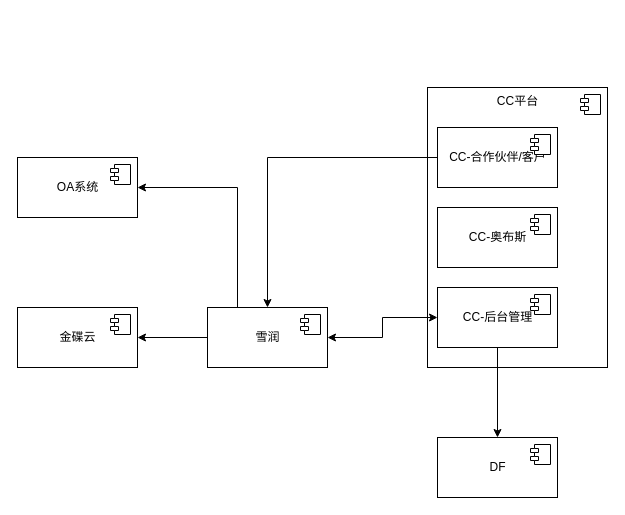
easefulfil/CLOUDCARE keeps this draw.io diagram as page "系统关系图" (1 of 2) of shrine-doc/驻云业务支撑系统关系图.drawio. Above is the earlier version. Source tidied: cells renumbered, new cells numbered last; positions are measured from the earlier drawing's top-left corner, leaving out a move shared by most shapes. Both pictures are drawn from the tidied source at 100%, with x=0, y=0 at pixel (17, 87).
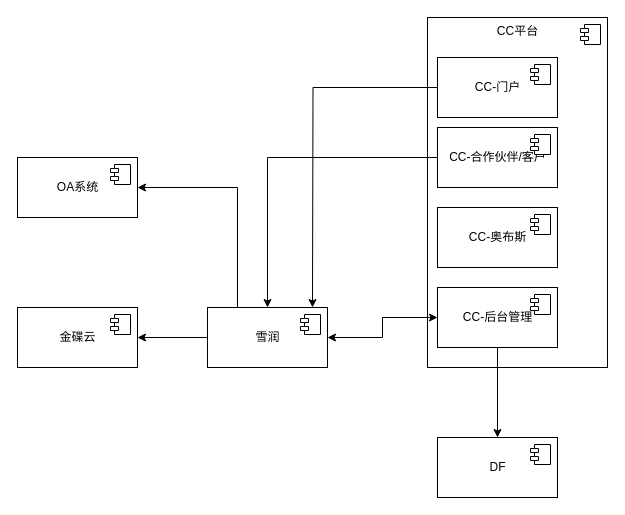
The same page after the edit.

Commit message (it also covers changes not shown here):
Update 驻云业务支撑系统关系图.drawio

Change to the diagram source:
```diff
@@
     <mxCell id="10" value="CC平台" style="html=1;verticalAlign=top;" parent="1" vertex="1">
-      <mxGeometry x="410" width="180" height="280" as="geometry" />
+      <mxGeometry x="410" y="-70" width="180" height="350" as="geometry" />
     </mxCell>
@@
+    <mxCell id="23" style="edgeStyle=orthogonalEdgeStyle;rounded=0;jettySize=auto;html=1;startArrow=none;startFill=0;strokeColor=#000000;" parent="1" edge="1" source="24">
+      <mxGeometry relative="1" as="geometry">
+        <mxPoint x="295" y="220" as="targetPoint" />
+      </mxGeometry>
+    </mxCell>
+    <mxCell id="24" value="CC-门户" style="html=1;" parent="1" vertex="1">
+      <mxGeometry x="420" y="-30" width="120" height="60" as="geometry" />
+    </mxCell>
+    <mxCell id="25" style="shape=module;jettyWidth=8;jettyHeight=4;" parent="24" vertex="1">
+      <mxGeometry x="1" width="20" height="20" relative="1" as="geometry">
+        <mxPoint x="-27" y="7" as="offset" />
+      </mxGeometry>
+    </mxCell>
```
